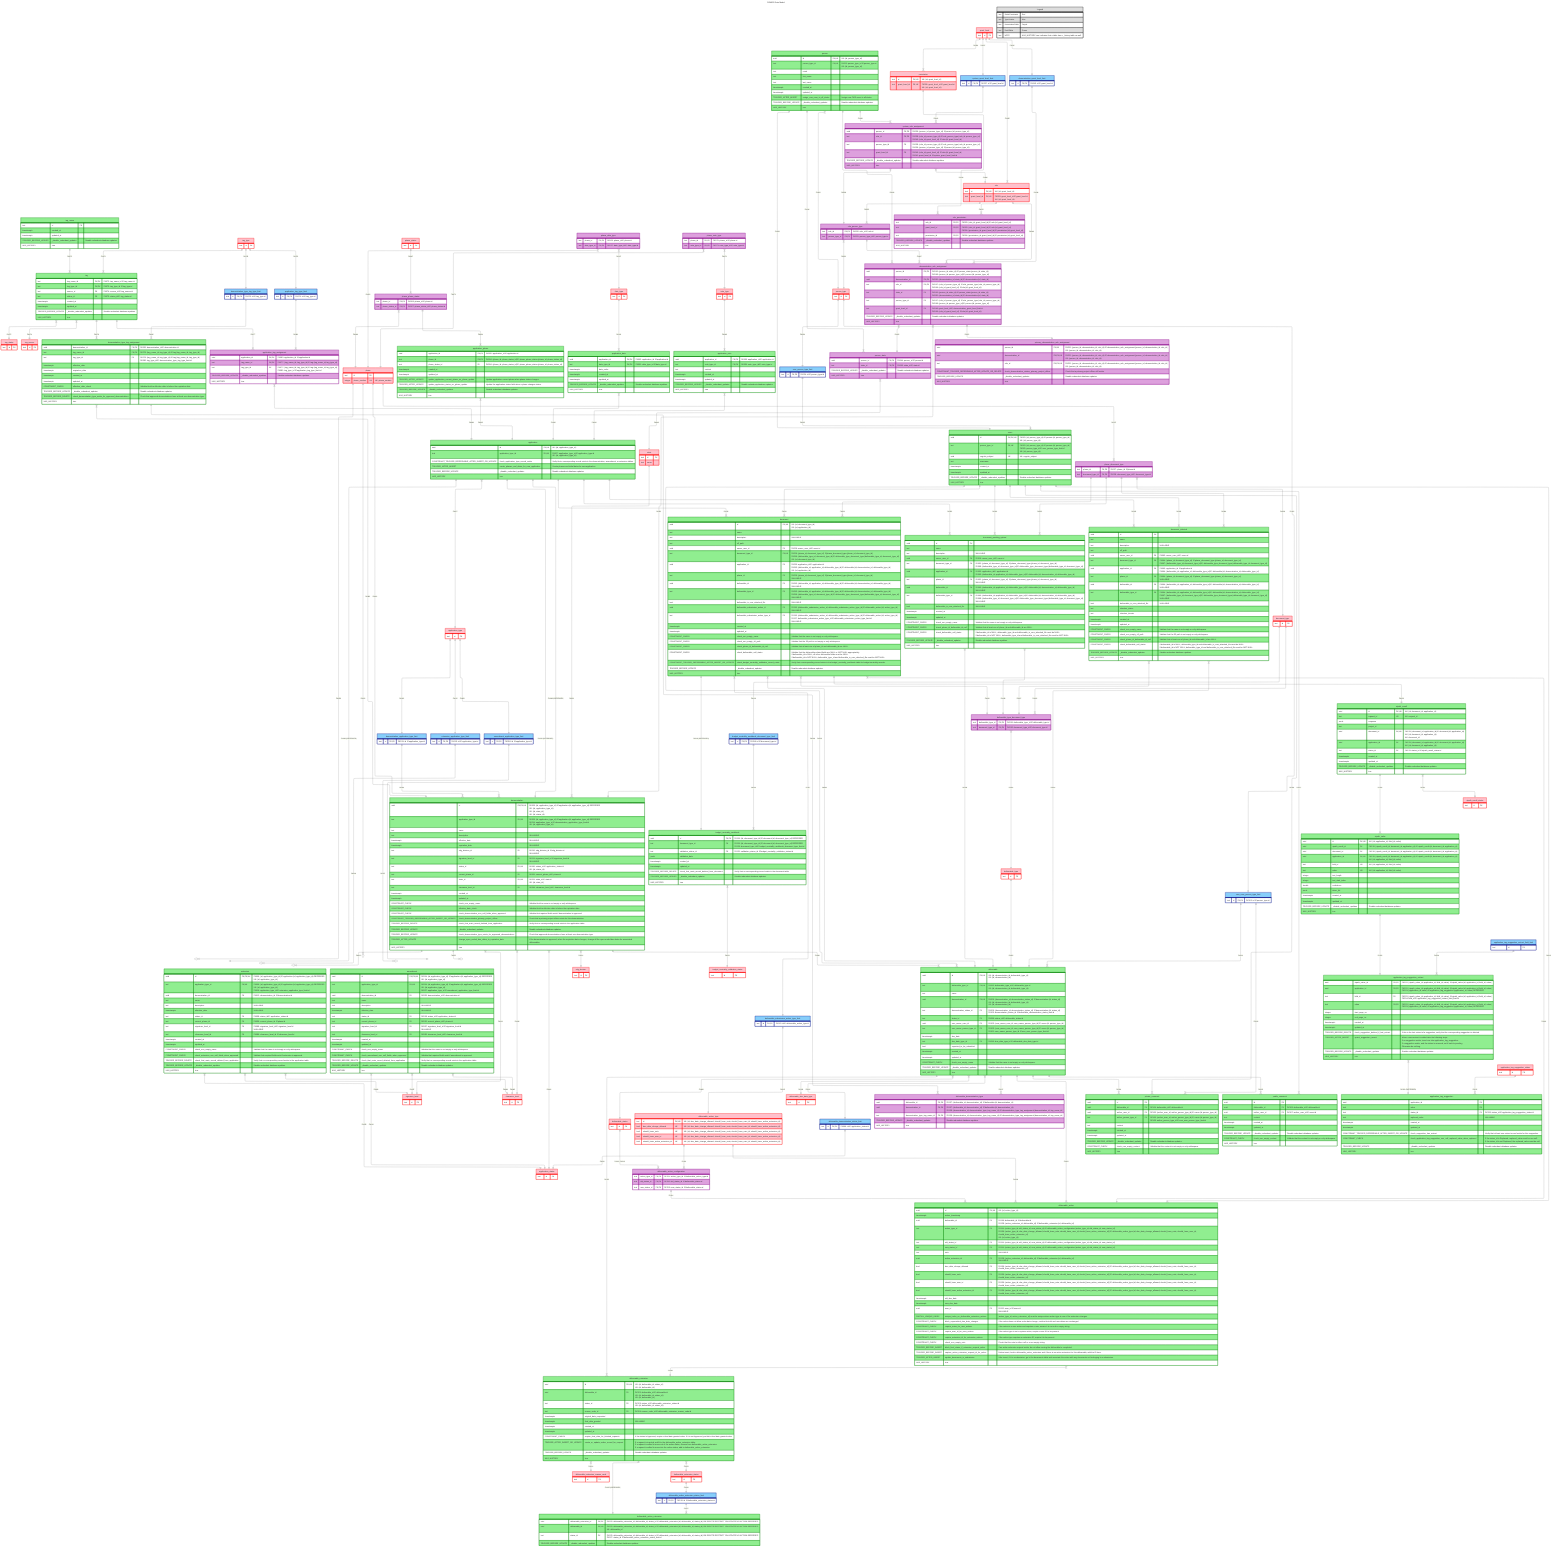
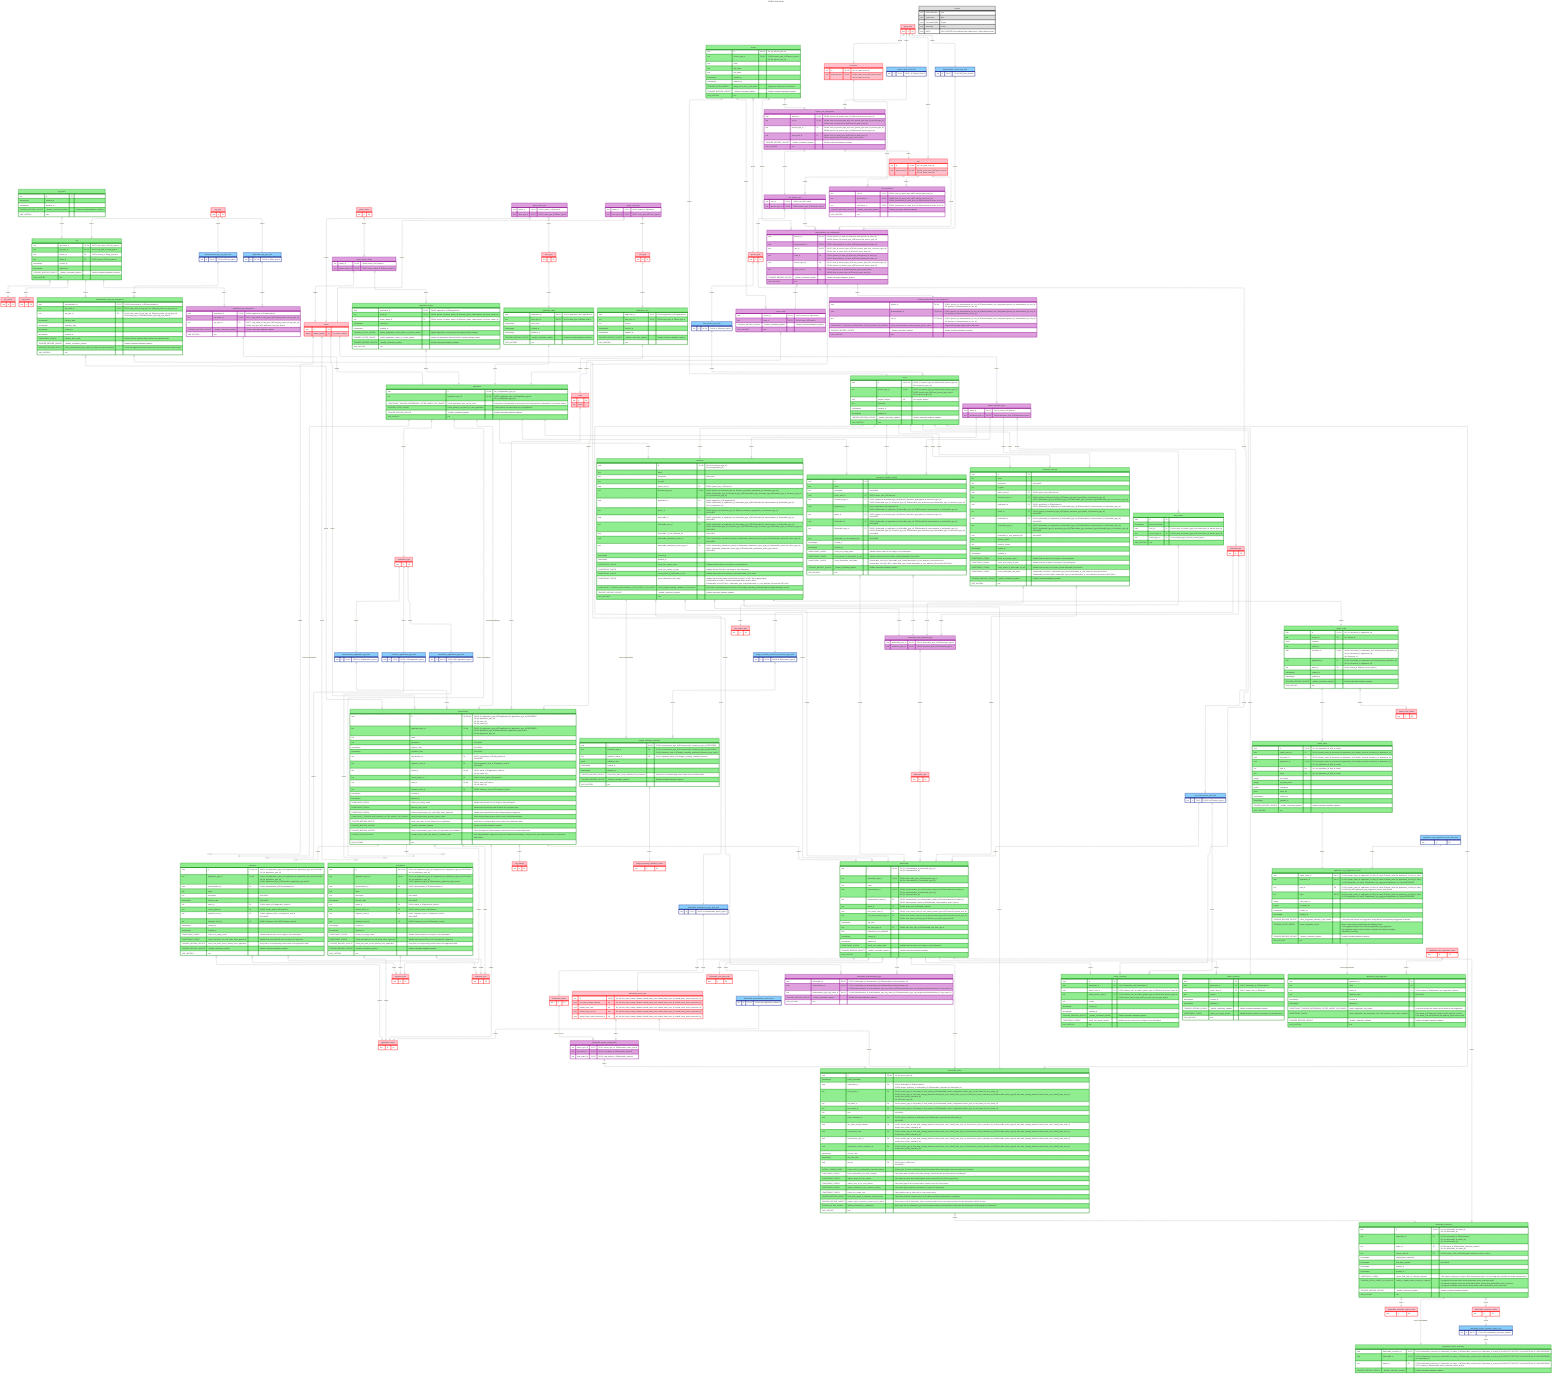
---
title: DEMOS Data Model
config:
  theme: default
  layout: elk
  elk:
    nodePlacementStrategy: NETWORK_SIMPLEX
---

erDiagram
  classDef staticConstraint stroke:red,fill:pink
  classDef typeLimiter stroke:navy,fill:lightskyblue
  classDef dataTable stroke:green,fill:lightgreen
  classDef associativeTable stroke:darkmagenta,fill:plum
  classDef legend stroke:black,fill:#ddd

  tag_name ||--|{ tag : "FK072"
  tag_type ||--|{ tag : "FK073"
  tag }|--|| tag_status : "FK075"
  tag }|--|| tag_source : "FK074"
  tag ||--|{ demonstration_type_tag_assignment : "FK076"
  tag ||--|{ application_tag_assignment : "FK077"
  tag_type ||--|| demonstration_type_tag_type_limit : "FK078"
  tag_type ||--|| application_tag_type_limit : "FK079"
  demonstration_type_tag_type_limit ||--|{ demonstration_type_tag_assignment : "FK080"
  application_tag_type_limit ||--|{ application_tag_assignment : "FK081"
  demonstration_type_tag_assignment }|--|| demonstration : "FK082"
  application_tag_assignment }|--|| application : "FK083"
  phase_status ||--|{ phase_phase_status : "FK067"
  phase_phase_status }|--|| phase : "FK066"
  phase_phase_status ||--|{ application_phase  : "FK004"
  phase_date_type }|--|| phase : "FK003"
  phase_note_type }|--|| phase : "FK070"
  phase_date_type }|--|| date_type: "FK017"
  phase_note_type }|--|| note_type: "FK071"
  application_phase }|--|| application : "FK005"
  date_type ||--|{ application_date  : "FK001"
  note_type ||--|{ application_note  : "FK069"
  application_date }|--|| application : "FK002"
  application_note }|--|| application : "FK068"
  application }|--|| application_type : "FK007"
  application ||--|| demonstration : "FK008 (DEFERRED)"
  application ||--|| extension : "FK009 (DEFERRED)"
  application ||--|| amendment : "FK054 (DEFERRED)"
  demonstration }|--|| sdg_division : "FK010"
  demonstration }|--|| signature_level : "FK011"
  demonstration ||--|{ extension : "FK012"
  demonstration ||--|{ amendment : "FK055"
  application_type ||--|| demonstration_application_type_limit : "FK013"
  demonstration_application_type_limit ||--|{ demonstration : "FK014"
  application_type ||--|| extension_application_type_limit : "FK015"
  extension_application_type_limit ||--|{ extension : "FK016"
  application_type ||--|| amendment_application_type_limit : "FK056"
  amendment_application_type_limit ||--|{ amendment : "FK057"
  amendment }|--|| application_status : "FK018"
  phase ||--|{ amendment : "FK020"
  extension }|--|| application_status : "FK058"
  phase ||--|{ extension : "FK059"
  demonstration }|--|| application_status : "FK060"
  phase ||--|{ demonstration : "FK061"
  state ||--|{ demonstration : "FK021"
  person }|--|| person_type : "FK022"
  person ||--|| users : "FK023"
  person_type ||--|| user_person_type_limit : "FK024"
  user_person_type_limit ||--|{ users : "FK025"
  users ||--|{ document : "FK026"
  users ||--|{ document_pending_upload : "FK019"
  users ||--|{ document_infected : "FK063"
+   users ||--|{ user_action : "FK139"
+   user_action }|--|| user_action_type : "FK140"
  phase ||--|{ phase_document_type : "FK027"
  phase_document_type }|--|| document_type : "FK028"
  phase_document_type ||--|{ document : "FK029"
  phase_document_type ||--|{ document_pending_upload : "FK052"
  phase_document_type ||--|{ document_infected : "FK064"
  application ||--|{ document : "FK030"
  application ||--|{ document_pending_upload : "FK053"
  application ||--|{ document_infected : "FK065"
  role_person_type }|--|| person_type : "FK031"
  role ||--|{ role_person_type : "FK032"
  role ||--|{ role_permission : "FK033"
  permission ||--|{ role_permission : "FK034"
  grant_level ||--|{ role : "FK035"
  grant_level ||--|{ permission : "FK036"
  system_grant_level_limit ||--|{ system_role_assignment : "FK041"
  system_role_assignment }|--|| role_person_type : "FK038"
  person ||--|{ system_role_assignment : "FK039"
  system_role_assignment }|--|| role : "FK040"
  grant_level ||--|| system_grant_level_limit : "FK037"
  demonstration_role_assignment }|--|| person_state : "FK042"
  person_state }|--|| state : "FK043"
  person ||--|{ person_state : "FK044"
  grant_level ||--|| demonstration_grant_level_limit : "FK045"
  demonstration_grant_level_limit ||--|{ demonstration_role_assignment : "FK046"
  role_person_type ||--|{ demonstration_role_assignment : "FK047"
  person ||--|{ demonstration_role_assignment : "FK048"
  role ||--|{ demonstration_role_assignment : "FK049"
  demonstration_role_assignment }|--|| demonstration : "FK050"
  demonstration_role_assignment ||--|| primary_demonstration_role_assignment : "FK051"
  demonstration }|--|| clearance_level : "FK084"
  amendment }|--|| clearance_level : "FK085"
  extension }|--|| clearance_level : "FK086"
  amendment }|--|| signature_level : "FK087"
  extension }|--|| signature_level : "FK088"
  document_type ||--|| budget_neutrality_workbook_document_type_limit : "FK118"
  document ||--|| budget_neutrality_workbook : "FK119 (DEFERRED)"
  budget_neutrality_workbook_document_type_limit ||--|{ budget_neutrality_workbook : "FK120"
  budget_neutrality_workbook }|--|| budget_neutrality_validation_status : "FK121"
  document }|--|| deliverable_action : "FK116"
  document }|--|| deliverable_submission_action_type_limit : "FK117"
  deliverable_status ||--|{ deliverable_action_configuration : "FK110, FK113"
  deliverable_action_type ||--|{ deliverable_action_configuration : "FK111"
  deliverable_action_type ||--|{ deliverable_action : "FK136"
  deliverable_action_configuration ||--|{ deliverable_action : "FK114"
  deliverable_submission_action_type_limit ||--|| deliverable_action_type : "FK115"
  demonstration ||--|{ deliverable : "FK006"
  deliverable_type ||--|{ deliverable : "FK062"
  deliverable }|--|| deliverable_status : "FK089"
  deliverable }|--|| deliverable_due_date_type : "FK090"
  document_type ||--|{ deliverable_type_document_type : "FK092"
  deliverable_type_document_type }|--|| deliverable_type : "FK091"
  document }|--|| deliverable : "FK093"
  document_infected }|--|| deliverable : "FK094"
  document_pending_upload }|--|| deliverable : "FK095"
  document }|--|| deliverable_type_document_type : "FK096"
  document_infected }|--|| deliverable_type_document_type : "FK097"
  document_pending_upload }|--|| deliverable_type_document_type : "FK098"
  deliverable_demonstration_status_limit ||--|| application_status : "FK099"
  deliverable }|--|| deliverable_demonstration_status_limit : "FK100"
  cms_user_person_type_limit ||--|{ deliverable : "FK101"
  person_type ||--|| cms_user_person_type_limit : "FK102"
  users ||--|{ deliverable : "FK103"
  deliverable ||--|{ deliverable_action : "FK109"
  deliverable_action }|--|| deliverable_extension : "FK128"
  deliverable ||--|{ deliverable_extension : "FK122"
  deliverable ||--|{ deliverable_demonstration_type : "FK137"
  demonstration_type_tag_assignment ||--|{ deliverable_demonstration_type : "FK138"
  deliverable_extension }|--|| deliverable_extension_reason_code : "FK124"
  deliverable_extension }|--|| deliverable_extension_status : "FK123"
  deliverable_extension_status ||--|| deliverable_active_extension_status_limit : "FK126"
  deliverable_active_extension_status_limit ||--|{ deliverable_active_extension : "FK127"
  deliverable_extension ||--|| deliverable_active_extension : "FK125 (DEFERRED)"
  deliverable ||--|{ private_comment : "FK104"
  deliverable ||--|{ public_comment : "FK105"
  users ||--|{ private_comment : "FK106"
  users ||--|{ public_comment : "FK107"
  cms_user_person_type_limit ||--|{ private_comment : "FK108"
  users ||--|{ deliverable_action : "FK112"
  document ||--|| uipath_result : "FK129"
  uipath_result ||--|{ uipath_value : "FK130"
  uipath_result }|--|| uipath_result_status : "FK131"
  uipath_value ||--|| application_tag_suggestion_extract : "FK132"
  application_tag_suggestion_extract }|--|| application_tag_suggestion : "FK133 (DEFERRED)"
  application_tag_suggestion_extract_field_limit ||--|{ application_tag_suggestion_extract : "FK134"
  application_tag_suggestion_status ||--|{ application_tag_suggestion : "FK135"

  %% Static Constraints
  application_status:::staticConstraint {
    text id PK
  }

  application_tag_suggestion_status:::staticConstraint {
    text id PK
  }

  application_type:::staticConstraint {
    text id PK
  }

  budget_neutrality_validation_status:::staticConstraint {
    text id PK
  }

  clearance_level:::staticConstraint {
    text id PK
  }

  date_type:::staticConstraint {
    text id PK
  }

  deliverable_action_type:::staticConstraint {
    text id PK, UK "UK: (id, due_date_change_allowed, should_have_note, should_have_user_id, should_have_active_extension_id)"
    bool due_date_change_allowed UK "UK: (id, due_date_change_allowed, should_have_note, should_have_user_id, should_have_active_extension_id)"
    bool should_have_note UK "UK: (id, due_date_change_allowed, should_have_note, should_have_user_id, should_have_active_extension_id)"
    bool should_have_user_id UK "UK: (id, due_date_change_allowed, should_have_note, should_have_user_id, should_have_active_extension_id)"
    bool should_have_active_extension_id UK "UK: (id, due_date_change_allowed, should_have_note, should_have_user_id, should_have_active_extension_id)"
  }

  deliverable_due_date_type:::staticConstraint {
    text id PK
  }

  deliverable_extension_reason_code:::staticConstraint {
    text id PK
  }

  deliverable_extension_status:::staticConstraint {
    text id PK
  }

  deliverable_status:::staticConstraint {
    text id PK
  }

  deliverable_type:::staticConstraint {
    text id PK
  }

  document_type:::staticConstraint {
    text id PK
  }

  grant_level:::staticConstraint {
    text id PK
  }

  note_type:::staticConstraint {
    text id PK
  }

  permission:::staticConstraint {
    text id PK, UK "UK: (id, grant_level_id)"
    text grant_level_id FK, UK "FK036: grant_level_id ∈ grant_level.id<br>UK: (id, grant_level_id)"
  }

  person_type:::staticConstraint {
    text id PK
  }

  phase:::staticConstraint {
    text id PK
    integer phase_number UK "UK: phase_number"
  }

  phase_status:::staticConstraint {
    text id PK
  }

  role:::staticConstraint {
    text id PK, UK "UK: (id, grant_level_id)"
    text grant_level_id FK, UK "FK035: grant_level_id ∈ grant_level.id<br>UK: (id, grant_level_id)"
  }

  sdg_division:::staticConstraint {
    text id PK
  }

  signature_level:::staticConstraint {
    text id PK
  }

  state:::staticConstraint {
    text id PK
    text name
  }

  tag_source:::staticConstraint {
    text id PK
  }

  tag_status:::staticConstraint {
    text id PK
  }

  tag_type:::staticConstraint {
    text id PK
  }

  uipath_result_status:::staticConstraint {
    text id PK
  }

+   user_action_type:::staticConstraint {
+     text id PK
+   }
+ 
  %% Type Limiters
  amendment_application_type_limit:::typeLimiter {
    text id PK, FK "FK056: id ∈ application_type.id"
  }

  application_tag_suggestion_extract_field_limit:::typeLimiter {
    text id PK
  }

  application_tag_type_limit:::typeLimiter {
    text id PK, FK "FK079: id ∈ tag_type.id"
  }

  budget_neutrality_workbook_document_type_limit:::typeLimiter {
    text id PK, FK "FK118: id ∈ document_type.id"
  }

  cms_user_person_type_limit:::typeLimiter {
    text id PK, FK "FK102: id ∈ person_type.id"
  }

  deliverable_active_extension_status_limit:::typeLimiter {
    text id PK, FK "FK126: id ∈ deliverable_extension_status.id"
  }

  deliverable_demonstration_status_limit:::typeLimiter {
    text id PK, FK "FK099: id ∈ application_status.id"
  }

  deliverable_submission_action_type_limit:::typeLimiter {
    text id PK, FK "FK115: id ∈ deliverable_action_type.id"
  }

  demonstration_application_type_limit:::typeLimiter {
    text id PK, FK "FK013: id ∈ application_type.id"
  }

  demonstration_grant_level_limit:::typeLimiter {
    text id PK, FK "FK045: id ∈ grant_level.id"
  }

  demonstration_type_tag_type_limit:::typeLimiter {
    text id PK, FK "FK078: id ∈ tag_type.id"
  }

  extension_application_type_limit:::typeLimiter {
    text id PK, FK "FK015: id ∈ application_type.id"
  }

  system_grant_level_limit:::typeLimiter {
    text id PK, FK "FK037: id ∈ grant_level.id"
  }

  user_person_type_limit:::typeLimiter {
    text id PK, FK "FK024: id ∈ person_type.id"
  }

  %% Data Tables
  amendment:::dataTable {
    uuid id PK, FK, UK "FK054: (id, application_type_id) ∈ application.(id, application_type_id) DEFERRED<br>UK: (id, application_type_id)"
    text application_type_id FK, UK "FK054: (id, application_type_id) ∈ application.(id, application_type_id) DEFERRED<br>UK: (id, application_type_id)<br>FK057: application_type_id ∈ amendment_application_type_limit.id"
    uuid demonstration_id FK "FK055: demonstration_id ∈ demonstration.id"
    text name
    text description "NULLABLE"
    timestamptz effective_date "NULLABLE"
    text status_id FK "FK018: status_id ∈ application_status.id"
    text current_phase_id FK "FK020: current_phase_id ∈ phase.id"
    text signature_level_id FK "FK087: signature_level_id ∈ signature_level.id<br>NULLABLE"
    text clearance_level_id FK "FK085: clearance_level_id ∈ clearance_level.id"
    timestamptz created_at
    timestamptz updated_at
    CONSTRAINT_CHECK check_non_empty_name "Validate that the name is not empty or only whitespace."
    CONSTRAINT_CHECK check_amendment_non_null_fields_when_approved  "Validate that required fields exist if amendment is approved."
    TRIGGER_BEFORE_DELETE check_that_main_record_deleted_from_application "Verify that no corresponding record exists in the application table."
    TRIGGER_BEFORE_UPDATE _disable_redundant_updates "Disable redundant database updates."
    HAS_HISTORY true
  }

  application:::dataTable {
    uuid id PK, UK "UK: (id, application_type_id)"
    text application_type_id FK, UK "FK007: application_type_id ∈ application_type.id<br>UK: (id, application_type_id)"
    CONSTRAINT_TRIGGER_DEFERRABLE_AFTER_INSERT_OR_UPDATE check_application_type_record_exists "Verify that a corresponding record exists in the demonstration, amendment, or extension tables."
    TRIGGER_AFTER_INSERT create_phases_and_dates_for_new_application "Create phases and initial dates for new application."
    TRIGGER_BEFORE_UPDATE _disable_redundant_updates "Disable redundant database updates."
    HAS_HISTORY true
  }

  application_date:::dataTable {
    uuid application_id PK, FK "FK002: application_id ∈ application.id"
    text date_type_id PK, FK "FK001: date_type_id ∈ date_type.id"
    timestamptz date_value
    timestamptz created_at
    timestamptz updated_at
    TRIGGER_BEFORE_UPDATE _disable_redundant_updates "Disable redundant database updates."
    HAS_HISTORY true
  }

  application_note:::dataTable {
    uuid application_id PK, FK "FK068: application_id ∈ application.id"
    text note_type_id PK, FK "FK069: note_type_id ∈ note_type.id"
    text content
    timestamptz created_at
    timestamptz updated_at
    TRIGGER_BEFORE_UPDATE _disable_redundant_updates "Disable redundant database updates."
    HAS_HISTORY true
  }

  application_phase:::dataTable {
    uuid application_id PK, FK "FK005: application_id ∈ application.id"
    text phase_id PK, FK "FK004: (phase_id, phase_status_id) ∈ phase_phase_status.(phase_id, phase_status_id)"
    text phase_status_id FK "FK004: (phase_id, phase_status_id) ∈ phase_phase_status.(phase_id, phase_status_id)"
    timestamptz created_at
    timestamptz updated_at
    TRIGGER_AFTER_UPDATE update_application_current_phase_on_phase_update "Update application current phase when phase status changes."
    TRIGGER_AFTER_UPDATE update_application_status_on_phase_update "Update the application status field when a phase changes status."
    TRIGGER_BEFORE_UPDATE _disable_redundant_updates "Disable redundant database updates."
    HAS_HISTORY true
  }

  application_tag_suggestion:::dataTable {
    uuid application_id PK
    text value PK
    text status_id FK "FK135: status_id ∈ application_tag_suggestion_status.id"
    text replaced_value "NULLABLE"
    timestamptz created_at
    timestamptz updated_at
    CONSTRAINT_TRIGGER_DEFERRABLE_AFTER_INSERT_OR_UPDATE check_suggestion_has_extract "Verify that at least one extract record exists for this suggestion."
    CONSTRAINT_CHECK check_application_tag_suggestion_non_null_replaced_value_when_replaced "If the status_id is Replaced, replaced_value must be non null.<br>If the status_id is not Replaced, the replaced_value must be null."
    TRIGGER_BEFORE_UPDATE _disable_redundant_updates "Disable redundant database updates."
    HAS_HISTORY true
  }

  application_tag_suggestion_extract:::dataTable {
    uuid uipath_value_id PK, FK "FK132: (uipath_value_id, application_id, field_id, value) ∈ uipath_value.(id, application_id, field_id, value)"
    uuid application_id PK, FK "FK132: (uipath_value_id, application_id, field_id, value) ∈ uipath_value.(id, application_id, field_id, value)<br>FK133: (application_id, value) ∈ application_tag_suggestion.(application_id, value) DEFERRED"
    text field_id FK "FK132: (uipath_value_id, application_id, field_id, value) ∈ uipath_value.(id, application_id, field_id, value)<br>FK134: field_id ∈ application_tag_suggestion_extract_field_limit.id"
    text value PK, FK "FK132: (uipath_value_id, application_id, field_id, value) ∈ uipath_value.(id, application_id, field_id, value)<br>FK133: (application_id, value) ∈ application_tag_suggestion.(application_id, value) DEFERRED"
    integer start_page_no
    integer end_page_no
    timestamptz created_at
    timestamptz updated_at
    TRIGGER_BEFORE_DELETE check_suggestion_deleted_if_last_extract "If this is the last extract of a suggestion, verify that the corresponding suggestion is deleted."
    TRIGGER_AFTER_INSERT upsert_suggestion_record "When a new extract is added take the following steps.<br>If no suggestion exists, insert one into application_tag_suggestion.<br>If a suggestion exists, and the status is removed, set it back to pending.<br>Otherwise do nothing."
    TRIGGER_BEFORE_UPDATE _disable_redundant_updates "Disable redundant database updates."
    HAS_HISTORY true
  }

  budget_neutrality_workbook:::dataTable {
    uuid id PK, FK "FK119: (id, document_type_id) ∈ document.(id, document_type_id) DEFERRED"
    text document_type_id FK "FK119: (id, document_type_id) ∈ document.(id, document_type_id) DEFERRED<br>FK120: document_type_id ∈ budget_neutrality_workbook_document_type_limit.id"
    text validation_status_id FK "FK121: validation_status_id ∈ budget_neutrality_validation_status.id"
    jsonb validation_data
    timestamptz created_at
    timestamptz updated_at
    TRIGGER_BEFORE_DELETE check_that_main_record_deleted_from_document "Verify that no corresponding record exists in the document table."
    TRIGGER_BEFORE_UPDATE _disable_redundant_updates "Disable redundant database updates."
    HAS_HISTORY true
  }

  %% NOTE: That empty line with <br>&nbsp; is a layout hack for Mermaid
  deliverable:::dataTable {
    uuid id PK, UK "UK: (id, demonstration_id, deliverable_type_id)<br>UK: (id, demonstration_id)<br>&nbsp;"
    text deliverable_type_id FK, UK "FK062: deliverable_type_id ∈ deliverable_type.id<br>UK: (id, demonstration_id, deliverable_type_id)"
    text name
    uuid demonstration_id FK, UK "FK006: (demonstration_id, demonstration_status_id) ∈ demonstration.(id, status_id)<br>UK: (id, demonstration_id, deliverable_type_id)<br>UK: (id, demonstration_id)"
    text demonstration_status_id FK "FK006: (demonstration_id, demonstration_status_id) ∈ demonstration.(id, status_id)<br>FK100: demonstration_status_id ∈ deliverable_demonstration_status_limit.id"
    text status_id FK "FK089: status_id ∈ deliverable_status.id"
    uuid cms_owner_user_id FK "FK103: (cms_owner_user_id, cms_owner_person_type_id) ∈ users.(id, person_type_id)"
    text cms_owner_person_type_id FK "FK103: (cms_owner_user_id, cms_owner_person_type_id) ∈ users.(id, person_type_id)<br>FK101: cms_owner_person_type_id ∈ cms_user_person_type_limit.id"
    timestamptz due_date
    text due_date_type_id FK "FK090: due_date_type_id ∈ deliverable_due_date_type.id"
    bool expected_to_be_submitted
    timestamptz created_at
    timestamptz updated_at
    CONSTRAINT_CHECK check_non_empty_name "Validate that the name is not empty or only whitespace."
    TRIGGER_BEFORE_UPDATE _disable_redundant_updates "Disable redundant database updates."
    HAS_HISTORY true
  }

  deliverable_action:::dataTable {
    uuid id PK, UK "UK: (id, action_type_id)"
    timestamptz action_timestamp
    uuid deliverable_id FK "FK109: deliverable_id ∈ deliverable.id<br>FK128: (active_extension_id, deliverable_id) ∈ deliverable_extension.(id, deliverable_id)"
    text action_type_id FK "FK114: (action_type_id, old_status_id, new_status_id) ∈ deliverable_action_configuration.(action_type_id, old_status_id, new_status_id)<br>FK136: (action_type_id, due_date_change_allowed, should_have_note, should_have_user_id, should_have_active_extension_id)) ∈ deliverable_action_type.(id, due_date_change_allowed, should_have_note, should_have_user_id, should_have_active_extension_id)<br>UK: (id, action_type_id)"
    text old_status_id FK "FK114: (action_type_id, old_status_id, new_status_id) ∈ deliverable_action_configuration.(action_type_id, old_status_id, new_status_id)"
    text new_status_id FK "FK114: (action_type_id, old_status_id, new_status_id) ∈ deliverable_action_configuration.(action_type_id, old_status_id, new_status_id)"
    text note "NULLABLE"
    uuid active_extension_id FK "FK128: (active_extension_id, deliverable_id) ∈ deliverable_extension.(id, deliverable_id)<br>NULLABLE"
    bool due_date_change_allowed FK "FK136: (action_type_id, due_date_change_allowed, should_have_note, should_have_user_id, should_have_active_extension_id)) ∈ deliverable_action_type.(id, due_date_change_allowed, should_have_note, should_have_user_id, should_have_active_extension_id)"
    bool should_have_note FK "FK136: (action_type_id, due_date_change_allowed, should_have_note, should_have_user_id, should_have_active_extension_id)) ∈ deliverable_action_type.(id, due_date_change_allowed, should_have_note, should_have_user_id, should_have_active_extension_id)"
    bool should_have_user_id FK "FK136: (action_type_id, due_date_change_allowed, should_have_note, should_have_user_id, should_have_active_extension_id)) ∈ deliverable_action_type.(id, due_date_change_allowed, should_have_note, should_have_user_id, should_have_active_extension_id)"
    bool should_have_active_extension_id FK "FK136: (action_type_id, due_date_change_allowed, should_have_note, should_have_user_id, should_have_active_extension_id)) ∈ deliverable_action_type.(id, due_date_change_allowed, should_have_note, should_have_user_id, should_have_active_extension_id)"
    timestamptz old_due_date
    timestamptz new_due_date
    uuid user_id FK "FK112: user_id ∈ users.id<br>NULLABLE"
    PARTIAL_UNIQUE_INDEX unique_index_on_deliverable_extension_actions "(action_type_id, active_extension_id) must be unique where action type is one of the extension changes."
    CONSTRAINT_CHECK block_unpermitted_due_date_changes "If the action does not allow a due date change, confirm that old and new dates are unchanged."
    CONSTRAINT_CHECK require_notes_for_user_actions "If the action is a user action and requires a note, ensure it is not null or empty string."
    CONSTRAINT_CHECK require_user_id_for_user_actions "If the action type is not a system action, require a user ID to be present."
    CONSTRAINT_CHECK require_extension_id_for_extension_actions "If the action type requires an extension ID, require it to be present."
    CONSTRAINT_CHECK check_non_empty_note "Check that the note is either null or a non empty string."
    TRIGGER_BEFORE_INSERT block_final_states_if_extension_request_active "If an active extension request exists, do not allow moving the deliverable to completed."
    TRIGGER_BEFORE_INSERT capture_active_extension_request_id_for_action "Before insert, look in deliverable_active_extension and if there is an active extension for this deliverable, add the ID here."
    TRIGGER_AFTER_INSERT update_documents_in_submission "After insert, if it is a submission, go to the documents table and associate the action with any documents not belonging to a submission."
    HAS_HISTORY true
  }

  deliverable_active_extension:::dataTable {
    uuid deliverable_extension_id PK, FK "FK125: deliverable_extension_id, deliverable_id, status_id ∈ deliverable_extension.(id, deliverable_id, status_id) ON DELETE RESTRICT ON UPDATE NO ACTION DEFERRED"
    uuid deliverable_id FK, UK "FK125: deliverable_extension_id, deliverable_id, status_id ∈ deliverable_extension.(id, deliverable_id, status_id) ON DELETE RESTRICT ON UPDATE NO ACTION DEFERRED<br>UK: deliverable_id"
    text status_id FK "FK125: deliverable_extension_id, deliverable_id, status_id ∈ deliverable_extension.(id, deliverable_id, status_id) ON DELETE RESTRICT ON UPDATE NO ACTION DEFERRED<br>FK127: status_id ∈ deliverable_active_extension_status_limit.id"
    TRIGGER_BEFORE_UPDATE _disable_redundant_updates "Disable redundant database updates."
  }

  deliverable_extension:::dataTable {
    uuid id PK, UK "UK: (id, deliverable_id, status_id)<br>UK: (id, deliverable_id)"
    uuid deliverable_id FK "FK122: deliverable_id ∈ deliverable.id<br>UK: (id, deliverable_id, status_id)<br>UK: (id, deliverable_id)"
    text status_id FK "FK123: status_id ∈ deliverable_extension_status.id<br>UK: (id, deliverable_id, status_id)"
    text reason_code_id FK "FK124: reason_code_id ∈ deliverable_extension_reason_code.id"
    timestamptz original_date_requested
    timestamptz final_date_granted "NULLABLE"
    timestamptz created_at
    timestamptz updated_at
    CONSTRAINT_CHECK require_final_date_for_finished_requests "If the status is Approved, require a final date granted value. If it is not Approved, prohibit a final date granted value."
    TRIGGER_AFTER_INSERT_OR_UPDATE create_or_update_active_record_for_request "If a request is inserted, add it to the deliverable_active_extension table.<br>If a request is edited to move out of the active status, remove from deliverable_active_extension.<br>If a request is edited to move into the active status, add to deliverable_active_extension."
    TRIGGER_BEFORE_UPDATE _disable_redundant_updates "Disable redundant database updates."
    HAS_HISTORY true
  }

  demonstration:::dataTable {
    uuid id PK, FK, UK "FK008: (id, application_type_id) ∈ application.(id, application_type_id) DEFERRED<br>UK: (id, application_type_id)<br>UK: (id, state_id)<br>UK: (id, status_id)"
    text application_type_id FK, UK "FK008: (id, application_type_id) ∈ application.(id, application_type_id) DEFERRED<br>FK014: application_type_id ∈ demonstration_application_type_limit.id<br>UK: (id, application_type_id)"
    text name
    text description "NULLABLE"
    timestamptz effective_date "NULLABLE"
    timestamptz expiration_date "NULLABLE"
    text sdg_division_id FK "FK010: sdg_division_id ∈ sdg_division.id<br>NULLABLE"
    text signature_level_id FK "FK011: signature_level_id ∈ signature_level.id<br>NULLABLE"
    text status_id FK, UK "FK060: status_id ∈ application_status.id<br>UK: (id, status_id)"
    text current_phase_id FK "FK061: current_phase_id ∈ phase.id"
    text state_id FK, UK "FK021: state_id ∈ state.id<br>UK: (id, state_id)"
    text clearance_level_id FK "FK084: clearance_level_id ∈ clearance_level.id"
    timestamptz created_at
    timestamptz updated_at
    CONSTRAINT_CHECK check_non_empty_name "Validate that the name is not empty or only whitespace."
    CONSTRAINT_CHECK effective_date_check "Validate that the effective date is before the expiration date."
    CONSTRAINT_CHECK check_demonstration_non_null_fields_when_approved "Validate that required fields exist if demonstration is approved."
    CONSTRAINT_TRIGGER_DEFERRABLE_AFTER_INSERT_OR_UPDATE check_demonstration_primary_project_officer "Check that a primary project officer exists for this demonstration."
    TRIGGER_BEFORE_DELETE check_that_main_record_deleted_from_application "Verify that no corresponding record exists in the application table."
    TRIGGER_BEFORE_UPDATE _disable_redundant_updates "Disable redundant database updates."
    TRIGGER_BEFORE_UPDATE check_demonstration_type_exists_for_approved_demonstrations "Check that approved demonstrations have at least one demonstration type."
    TRIGGER_AFTER_UPDATE change_open_ended_due_dates_to_expiration_date "If the demonstration is approved, when the expiration date changes, change all the open-ended due dates for associated deliverables."
    HAS_HISTORY true
  }

  demonstration_type_tag_assignment:::dataTable {
    uuid demonstration_id PK, FK "FK082: demonstration_id ∈ demonstration.id"
    text tag_name_id PK, FK "FK076: (tag_name_id, tag_type_id) ∈ tag.(tag_name_id, tag_type_id)"
    text tag_type_id FK "FK076: (tag_name_id, tag_type_id) ∈ tag.(tag_name_id, tag_type_id)<br>FK080: tag_type_id ∈ demonstration_type_tag_type_limit.id"
    timestamptz effective_date
    timestamptz expiration_date
    timestamptz created_at
    timestamptz updated_at
    CONSTRAINT_CHECK effective_date_check "Validate that the effective date is before the expiration date."
    TRIGGER_BEFORE_UPDATE _disable_redundant_updates "Disable redundant database updates."
    TRIGGER_BEFORE_DELETE check_demonstration_type_exists_for_approved_demonstrations "Check that approved demonstrations have at least one demonstration type."
    HAS_HISTORY true
  }

  document:::dataTable {
    uuid id PK, UK "UK: (id, document_type_id)<br>UK: (id, application_id)"
    text name
    text description "NULLABLE"
    text s3_path
    uuid owner_user_id FK "FK026: owner_user_id ∈ users.id"
    text document_type_id FK, UK "FK029: (phase_id, document_type_id) ∈ phase_document_type.(phase_id, document_type_id)<br>FK096: (deliverable_type_id, document_type_id) ∈ deliverable_type_document_type.(deliverable_type_id, document_type_id)<br>UK: (id, document_type_id)"
    uuid application_id FK "FK030: application_id ∈ application.id<br>FK093: (deliverable_id, application_id, deliverable_type_id) ∈ deliverable.(id, demonstration_id, deliverable_type_id)<br>UK: (id, application_id)"
    text phase_id FK "FK029: (phase_id, document_type_id) ∈ phase_document_type.(phase_id, document_type_id)<br>NULLABLE"
    uuid deliverable_id FK "FK093: (deliverable_id, application_id, deliverable_type_id) ∈ deliverable.(id, demonstration_id, deliverable_type_id)<br>NULLABLE"
    text deliverable_type_id FK "FK093: (deliverable_id, application_id, deliverable_type_id) ∈ deliverable.(id, demonstration_id, deliverable_type_id)<br>FK096: (deliverable_type_id, document_type_id) ∈ deliverable_type_document_type.(deliverable_type_id, document_type_id)<br>NULLABLE"
    bool deliverable_is_cms_attached_file "NULLABLE"
    uuid deliverable_submission_action_id FK "FK116: (deliverable_submission_action_id, deliverable_submission_action_type_id) ∈ deliverable_action.(id, action_type_id)<br>NULLABLE"
    text deliverable_submission_action_type_id FK "FK116: (deliverable_submission_action_id, deliverable_submission_action_type_id) ∈ deliverable_action.(id, action_type_id)<br>FK117: deliverable_submission_action_type_id ∈ deliverable_submission_action_type_limit.id<br>NULLABLE"
    timestamptz created_at
    timestamptz updated_at
    CONSTRAINT_CHECK check_non_empty_name "Validate that the name is not empty or only whitespace."
    CONSTRAINT_CHECK check_non_empty_s3_path "Validate that the S3 path is not empty or only whitespace."
    CONSTRAINT_CHECK check_phase_id_deliverable_id_null "Validate that at least one of phase_id and deliverable_id are NULL."
    CONSTRAINT_CHECK check_deliverable_null_states "Validate that the deliverable-related fields are NULL or NOT NULL appropriately.<br>If deliverable_id is NULL, all other deliverable fields must be NULL.<br>If deliverable_id is NOT NULL, deliverable_type_id and deliverable_is_cms_attached_file must be NOT NULL."
    CONSTRAINT_TRIGGER_DEFERRABLE_AFTER_INSERT_OR_UPDATE check_budget_neutrality_validation_record_exists "Verify that a corresponding record exists in the budget_neutrality_workbook table for budget neutrality records."
    TRIGGER_BEFORE_UPDATE _disable_redundant_updates "Disable redundant database updates."
    HAS_HISTORY true
  }

  document_infected:::dataTable {
    uuid id PK
    text name
    text description "NULLABLE"
    text s3_path
    uuid owner_user_id FK "FK063: owner_user_id ∈ users.id"
    text document_type_id FK "FK064: (phase_id, document_type_id) ∈ phase_document_type.(phase_id, document_type_id)<br>FK097: (deliverable_type_id, document_type_id) ∈ deliverable_type_document_type.(deliverable_type_id, document_type_id)"
    uuid application_id FK "FK065: application_id ∈ application.id<br>FK094: (deliverable_id, application_id, deliverable_type_id) ∈ deliverable.(id, demonstration_id, deliverable_type_id)"
    text phase_id FK "FK064: (phase_id, document_type_id) ∈ phase_document_type.(phase_id, document_type_id)<br>NULLABLE"
    uuid deliverable_id FK "FK094: (deliverable_id, application_id, deliverable_type_id) ∈ deliverable.(id, demonstration_id, deliverable_type_id)<br>NULLABLE"
    text deliverable_type_id FK "FK094: (deliverable_id, application_id, deliverable_type_id) ∈ deliverable.(id, demonstration_id, deliverable_type_id)<br>FK097: (deliverable_type_id, document_type_id) ∈ deliverable_type_document_type.(deliverable_type_id, document_type_id)<br>NULLABLE"
    bool deliverable_is_cms_attached_file "NULLABLE"
    text infection_status
    text infection_threats
    timestamptz created_at
    timestamptz updated_at
    CONSTRAINT_CHECK check_non_empty_name "Validate that the name is not empty or only whitespace."
    CONSTRAINT_CHECK check_non_empty_s3_path "Validate that the S3 path is not empty or only whitespace."
    CONSTRAINT_CHECK check_phase_id_deliverable_id_null "Validate that at least one of phase_id and deliverable_id are NULL."
    CONSTRAINT_CHECK check_deliverable_null_states "If deliverable_id is NULL, deliverable_type_id and deliverable_is_cms_attached_file must be NULL.<br>If deliverable_id is NOT NULL, deliverable_type_id and deliverable_is_cms_attached_file must be NOT NULL."
    TRIGGER_BEFORE_UPDATE _disable_redundant_updates "Disable redundant database updates."
    HAS_HISTORY true
  }

  document_pending_upload:::dataTable {
    uuid id PK
    text name
    text description "NULLABLE"
    uuid owner_user_id FK "FK019: owner_user_id ∈ users.id"
    text document_type_id FK "FK052: (phase_id, document_type_id) ∈ phase_document_type.(phase_id, document_type_id)<br>FK098: (deliverable_type_id, document_type_id) ∈ deliverable_type_document_type.(deliverable_type_id, document_type_id)"
    uuid application_id FK "FK053: application_id ∈ application.id<br>FK095: (deliverable_id, application_id, deliverable_type_id) ∈ deliverable.(id, demonstration_id, deliverable_type_id)"
    text phase_id FK "FK052: (phase_id, document_type_id) ∈ phase_document_type.(phase_id, document_type_id)<br>NULLABLE"
    uuid deliverable_id FK "FK095: (deliverable_id, application_id, deliverable_type_id) ∈ deliverable.(id, demonstration_id, deliverable_type_id)<br>NULLABLE"
    text deliverable_type_id FK "FK095: (deliverable_id, application_id, deliverable_type_id) ∈ deliverable.(id, demonstration_id, deliverable_type_id)<br>FK098: (deliverable_type_id, document_type_id) ∈ deliverable_type_document_type.(deliverable_type_id, document_type_id)<br>NULLABLE"
    bool deliverable_is_cms_attached_file "NULLABLE"
    timestamptz created_at
    timestamptz updated_at
    CONSTRAINT_CHECK check_non_empty_name "Validate that the name is not empty or only whitespace."
    CONSTRAINT_CHECK check_phase_id_deliverable_id_null "Validate that at least one of phase_id and deliverable_id are NULL."
    CONSTRAINT_CHECK check_deliverable_null_states "If deliverable_id is NULL, deliverable_type_id and deliverable_is_cms_attached_file must be NULL.<br>If deliverable_id is NOT NULL, deliverable_type_id and deliverable_is_cms_attached_file must be NOT NULL."
    TRIGGER_BEFORE_UPDATE _disable_redundant_updates "Disable redundant database updates."
    HAS_HISTORY true
  }

  extension:::dataTable {
    uuid id PK, FK, UK "FK009: (id, application_type_id) ∈ application.(id, application_type_id) DEFERRED<br>UK: (id, application_type_id)"
    text application_type_id FK, UK "FK009: (id, application_type_id) ∈ application.(id, application_type_id) DEFERRED<br>UK: (id, application_type_id)<br>FK016: application_type_id ∈ extension_application_type_limit.id"
    uuid demonstration_id FK "FK012: demonstration_id ∈ demonstration.id"
    text name
    text description "NULLABLE"
    timestamptz effective_date "NULLABLE"
    text status_id FK "FK058: status_id ∈ application_status.id"
    text current_phase_id FK "FK059: current_phase_id ∈ phase.id"
    text signature_level_id FK "FK088: signature_level_id ∈ signature_level.id<br>NULLABLE"
    text clearance_level_id FK "FK086: clearance_level_id ∈ clearance_level.id"
    timestamptz created_at
    timestamptz updated_at
    CONSTRAINT_CHECK check_non_empty_name "Validate that the name is not empty or only whitespace."
    CONSTRAINT_CHECK check_extension_non_null_fields_when_approved  "Validate that required fields exist if extension is approved."
    TRIGGER_BEFORE_DELETE check_that_main_record_deleted_from_application "Verify that no corresponding record exists in the application table."
    TRIGGER_BEFORE_UPDATE _disable_redundant_updates "Disable redundant database updates."
    HAS_HISTORY true
  }

  person:::dataTable {
    uuid id PK, UK "UK: (id, person_type_id)"
    text person_type_id FK, UK "FK022: person_type_id ∈ person_type.id<br>UK: (id, person_type_id)"
    text email
    text first_name
    text last_name
    timestamptz created_at
    timestamptz updated_at
    TRIGGER_AFTER_INSERT assign_cms_user_to_all_states "Assign new CMS users to all states."
    TRIGGER_BEFORE_UPDATE _disable_redundant_updates "Disable redundant database updates."
    HAS_HISTORY true
  }

  private_comment:::dataTable {
    uuid id PK
    uuid deliverable_id FK "FK104: deliverable_id ∈ deliverable.id"
    uuid author_user_id FK "FK106: (author_user_id, author_person_type_id) ∈ users.(id, person_type_id)"
    text author_person_type_id FK "FK106: (author_user_id, author_person_type_id) ∈ users.(id, person_type_id)<br>FK108: author_person_type_id ∈ cms_user_person_type_limit.id"
    text content
    timestamptz created_at
    timestamptz updated_at
    TRIGGER_BEFORE_UPDATE _disable_redundant_updates "Disable redundant database updates."
    CONSTRAINT_CHECK check_non_empty_content "Validate that the content is not empty or only whitespace."
    HAS_HISTORY true
  }

  public_comment:::dataTable {
    uuid id PK
    uuid deliverable_id FK "FK105: deliverable_id ∈ deliverable.id"
    uuid author_user_id FK "FK107: author_user_id ∈ users.id"
    text content
    timestamptz created_at
    timestamptz updated_at
    TRIGGER_BEFORE_UPDATE _disable_redundant_updates "Disable redundant database updates."
    CONSTRAINT_CHECK check_non_empty_content "Validate that the content is not empty or only whitespace."
    HAS_HISTORY true
  }

  tag:::dataTable {
    text tag_name_id PK, FK "FK072: tag_name_id ∈ tag_name.id"
    text tag_type_id PK, FK "FK073: tag_type_id ∈ tag_type.id"
    text source_id FK "FK074: source_id ∈ tag_source.id"
    text status_id FK "FK075: status_id ∈ tag_status.id"
    timestamptz created_at
    timestamptz updated_at
    TRIGGER_BEFORE_UPDATE _disable_redundant_updates "Disable redundant database updates."
    HAS_HISTORY true
  }

  tag_name:::dataTable {
    text id PK
    timestamptz created_at
    timestamptz updated_at
    TRIGGER_BEFORE_UPDATE _disable_redundant_updates "Disable redundant database updates."
    HAS_HISTORY true
  }

  uipath_result:::dataTable {
    uuid id PK, UK "UK: (id, document_id, application_id)"
    text request_id UK "UK: request_id"
    jsonb response
    text project_id
    uuid document_id FK, UK "FK129: (document_id, application_id) ∈ document.(id, application_id)<br>UK: (id, document_id, application_id)<br>UK: document_id"
    uuid application_id FK "FK129: (document_id, application_id) ∈ document.(id, application_id)<br>UK: (id, document_id, application_id)"
    text status_id FK "FK131: status_id ∈ uipath_result_status.id"
    timestamptz created_at
    timestamptz updated_at
    TRIGGER_BEFORE_UPDATE _disable_redundant_updates "Disable redundant database updates."
    HAS_HISTORY true
  }

  uipath_value:::dataTable {
    uuid id PK, UK "UK: (id, application_id, field_id, value)"
    uuid uipath_result_id FK "FK130: (uipath_result_id, document_id, application_id) ∈ uipath_result.(id, document_id, application_id)"
    uuid document_id FK "FK130: (uipath_result_id, document_id, application_id) ∈ uipath_result.(id, document_id, application_id)"
    uuid application_id FK, UK "FK130: (uipath_result_id, document_id, application_id) ∈ uipath_result.(id, document_id, application_id)<br>UK: (id, application_id, field_id, value)"
    text field_id UK "UK: (id, application_id, field_id, value)"
    text value UK "UK: (id, application_id, field_id, value)"
    integer text_length
    integer text_start_index
    double confidence
    jsonb token_list
    timestamptz created_at
    timestamptz updated_at
    TRIGGER_BEFORE_UPDATE _disable_redundant_updates "Disable redundant database updates."
    HAS_HISTORY true
  }

+   user_action:::dataTable {
+     uuid id PK
+     timestamptz action_timestamp
+     uuid user_id FK "FK139: (user_id, person_type_id) ∈ users.(user_id, person_type_id)"
+     text person_type_id FK "FK139: (user_id, person_type_id) ∈ users.(user_id, person_type_id)"
+     text action_type_id FK "FK140: action_type_id ∈ user_action_type.id"
+     HAS_HISTORY true
+   }
+ 
  users:::dataTable {
    uuid id PK, FK, UK "FK023: (id, person_type_id) ∈ person.(id, person_type_id)<br>UK: (id, person_type_id)"
    text person_type_id FK, UK "FK023: (id, person_type_id) ∈ person.(id, person_type_id)<br>FK025: person_type_id ∈ user_person_type_limit.id<br>UK: (id, person_type_id)"
    uuid cognito_subject UK "UK: cognito_subject"
    text username
    timestamptz created_at
    timestamptz updated_at
    TRIGGER_BEFORE_UPDATE _disable_redundant_updates "Disable redundant database updates."
    HAS_HISTORY true
  }

  %% Associative Tables
  application_tag_assignment:::associativeTable {
    uuid application_id PK, FK "FK083: application_id ∈ application.id"
    text tag_name_id PK, FK "FK077: (tag_name_id, tag_type_id) ∈ tag.(tag_name_id, tag_type_id)"
    text tag_type_id FK "FK077: (tag_name_id, tag_type_id) ∈ tag.(tag_name_id, tag_type_id)<br>FK081: tag_type_id ∈ application_tag_type_limit.id"
    TRIGGER_BEFORE_UPDATE _disable_redundant_updates "Disable redundant database updates."
    HAS_HISTORY true
  }

  deliverable_action_configuration:::associativeTable {
    text action_type_id PK, FK "FK111: action_type_id ∈ deliverable_action_type.id"
    text old_status_id PK, FK "FK110: old_status_id ∈ deliverable_status.id"
    text new_status_id PK, FK "FK113: new_status_id ∈ deliverable_status.id"
  }

  deliverable_demonstration_type:::associativeTable {
    uuid deliverable_id PK, FK "FK137: (deliverable_id, demonstration_id) ∈ deliverable.(id, demonstration_id)"
    uuid demonstration_id PK, FK "FK137: (deliverable_id, demonstration_id) ∈ deliverable.(id, demonstration_id)<br>FK138: (demonstration_id, demonstration_type_tag_name_id) ∈ demonstration_type_tag_assignment.(demonstration_id, tag_name_id)"
    text demonstration_type_tag_name_id PK, FK "FK138: (demonstration_id, demonstration_type_tag_name_id) ∈ demonstration_type_tag_assignment.(demonstration_id, tag_name_id)"
    TRIGGER_BEFORE_UPDATE _disable_redundant_updates "Disable redundant database updates."
    HAS_HISTORY true
  }

  deliverable_type_document_type:::associativeTable {
    text deliverable_type_id PK, FK "FK091: deliverable_type_id ∈ deliverable_type.id"
    text document_type_id PK, FK "FK092: document_type_id ∈ document_type.id"
  }

  demonstration_role_assignment:::associativeTable {
    uuid person_id PK, FK "FK042: (person_id, state_id) ∈ person_state.(person_id, state_id)<br>FK048: (person_id, person_type_id) ∈ person.(id, person_type_id)"
    uuid demonstration_id PK, FK "FK050: (demonstration_id, state_id) ∈ demonstration.(id, state_id)"
    text role_id PK, FK "FK047: (role_id, person_type_id) ∈ role_person_type.(role_id, person_type_id)<br>FK049: (role_id, grant_level_id) ∈ role.(id, grant_level_id)"
    text state_id FK "FK042: (person_id, state_id) ∈ person_state.(person_id, state_id)<br>FK050: (demonstration_id, state_id) ∈ demonstration.(id, state_id)"
    text person_type_id FK "FK047: (role_id, person_type_id) ∈ role_person_type.(role_id, person_type_id)<br>FK048: (person_id, person_type_id) ∈ person.(id, person_type_id)"
    text grant_level_id FK "FK046: grant_level_id ∈ demonstration_grant_level_limit.id<br>FK049: (role_id, grant_level_id) ∈ role.(id, grant_level_id)"
    TRIGGER_BEFORE_UPDATE _disable_redundant_updates "Disable redundant database updates."
    HAS_HISTORY true
  }

  person_state:::associativeTable {
    uuid person_id PK, FK "FK044: person_id ∈ person.id"
    text state_id PK, FK "FK043: state_id ∈ state.id"
    TRIGGER_BEFORE_UPDATE _disable_redundant_updates "Disable redundant database updates."
    HAS_HISTORY true
  }

  phase_date_type:::associativeTable {
    text phase_id PK, FK "FK003: phase_id ∈ phase.id"
    text date_type_id PK, FK "FK017: date_type_id ∈ date_type.id"
  }

  phase_document_type:::associativeTable {
    text phase_id PK, FK "FK027: phase_id ∈ phase.id"
    text document_type_id PK, FK "FK028: document_type_id ∈ document_type.id"
  }

  phase_note_type:::associativeTable {
    text phase_id PK, FK "FK070: phase_id ∈ phase.id"
    text note_type_id PK, FK "FK071: note_type_id ∈ note_type.id"
  }

  phase_phase_status:::associativeTable {
    text phase_id PK, FK "FK066: phase_id ∈ phase.id"
    text phase_status_id PK, FK "FK067: phase_status_id ∈ phase_status.id"
  }

  primary_demonstration_role_assignment:::associativeTable {
    uuid person_id FK, UK "FK051: (person_id, demonstration_id, role_id) ∈ demonstration_role_assignment.(person_id, demonstration_id, role_id)<br>UK: (person_id, demonstration_id, role_id)"
    uuid demonstration_id PK, FK, UK "FK051: (person_id, demonstration_id, role_id) ∈ demonstration_role_assignment.(person_id, demonstration_id, role_id)<br>UK: (person_id, demonstration_id, role_id)"
    text role_id PK, FK, UK "FK051: (person_id, demonstration_id, role_id) ∈ demonstration_role_assignment.(person_id, demonstration_id, role_id)<br>UK: (person_id, demonstration_id, role_id)"
    CONSTRAINT_TRIGGER_DEFERRABLE_AFTER_UPDATE_OR_DELETE check_demonstration_retains_primary_project_officer "Check that a primary project officer still exists."
    TRIGGER_BEFORE_UPDATE _disable_redundant_updates "Disable redundant database updates."
    HAS_HISTORY true
  }

  role_permission:::associativeTable {
    text role_id PK, FK "FK033: (role_id, grant_level_id) ∈ role.(id, grant_level_id)"
    text grant_level_id PK, FK "FK033: (role_id, grant_level_id) ∈ role.(id, grant_level_id)<br>FK034: (permission_id, grant_level_id) ∈ permission.(id, grant_level_id)"
    text permission_id PK, FK "FK034: (permission_id, grant_level_id) ∈ permission.(id, grant_level_id)"
    TRIGGER_BEFORE_UPDATE _disable_redundant_updates "Disable redundant database updates."
    HAS_HISTORY true
  }

  role_person_type:::associativeTable {
    text role_id PK, FK "FK032: role_id ∈ role.id"
    text person_type_id PK, FK "FK031: person_type_id ∈ person_type.id"
  }

  system_role_assignment:::associativeTable {
    uuid person_id PK, FK "FK039: (person_id, person_type_id) ∈ person.(id, person_type_id)"
    text role_id PK, FK "FK038: (role_id, person_type_id) ∈ role_person_type.(role_id, person_type_id)<br>FK040: (role_id, grant_level_id) ∈ role.(id, grant_level_id)"
    text person_type_id FK "FK038: (role_id, person_type_id) ∈ role_person_type.(role_id, person_type_id)<br>FK039: (person_id, person_type_id) ∈ person.(id, person_type_id)"
    text grant_level_id FK "FK040: (role_id, grant_level_id) ∈ role.(id, grant_level_id)<br>FK041: grant_level_id ∈ system_grant_level_limit.id"
    TRIGGER_BEFORE_UPDATE _disable_redundant_updates "Disable redundant database updates."
    HAS_HISTORY true
  }

  %% Legend
  Legend:::legend {
    text StaticConstraint "Red"
    text TypeLimiter "Blue"
    text AssociativeTable "Purple"
    text DataTable "Green"
    text NOTE "HAS_HISTORY true indicates that a table has a _history table as well."
  }
